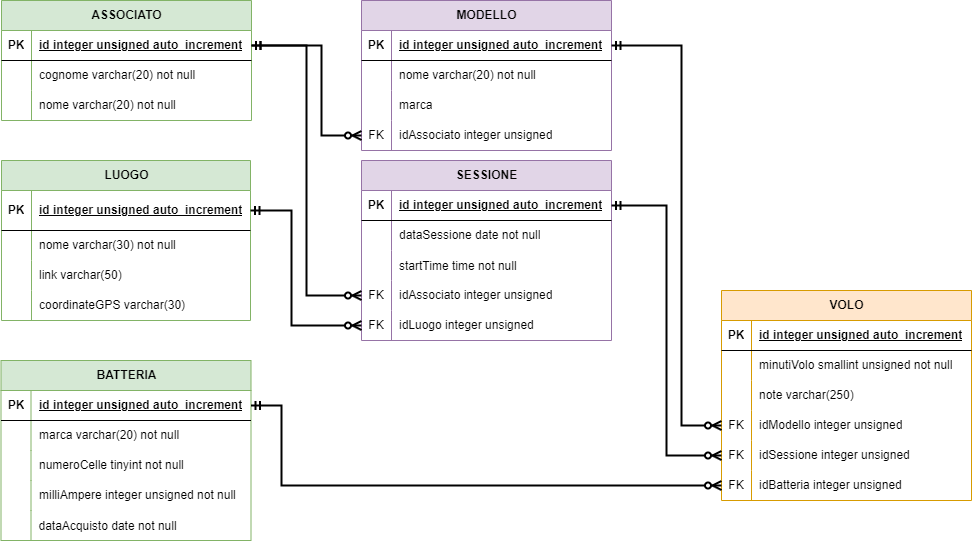
This is AS_2023_2024/5IA/Informatica/Maggio - StudioEr/CampoVolo.drawio.png from CescoP81/GalileiOstiglia, a draw.io export, as it was before one commit. Source tidied: cells renumbered, new cells last; positions are measured from the earlier drawing's top-left corner, leaving out a move shared by most shapes.
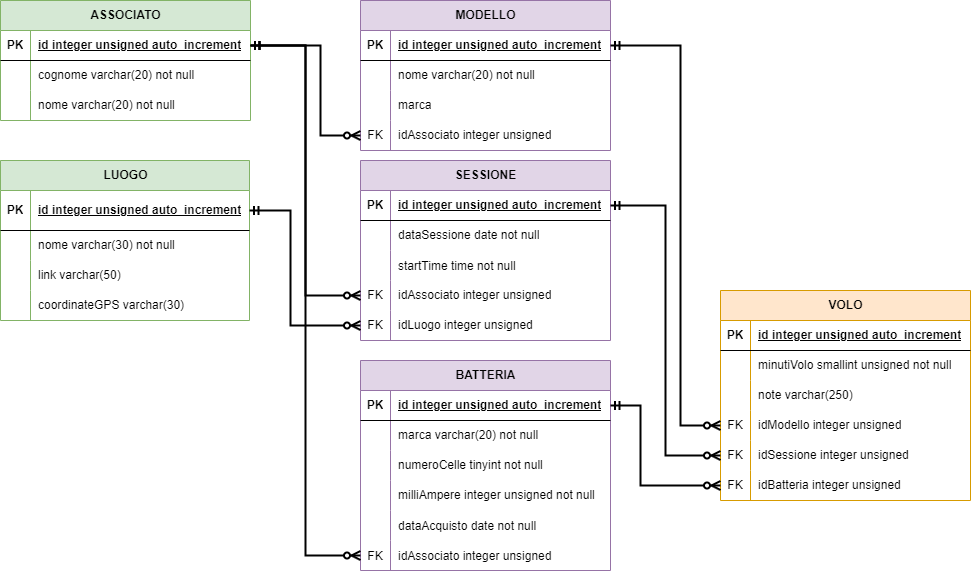
The same diagram one commit later.

Change to the diagram source:
```diff
@@ -71,8 +71,8 @@
     <mxCell id="24" value="idAssociato integer unsigned" style="shape=partialRectangle;fillColor=none;top=0;left=0;bottom=0;right=0;align=left;spacingLeft=6;fontStyle=0;overflow=hidden;whiteSpace=wrap;html=1;" parent="22" vertex="1">
       <mxGeometry x="30" width="220" height="30" as="geometry" />
     </mxCell>
-    <mxCell id="25" value="BATTERIA" style="shape=table;startSize=30;rowLines=0;fontStyle=1;align=center;html=1;fillColor=#d5e8d4;strokeColor=#82b366;" parent="1" vertex="1">
-      <mxGeometry x="-0.5" y="360" width="250" height="180" as="geometry" />
+    <mxCell id="25" value="BATTERIA" style="shape=table;startSize=30;rowLines=0;fontStyle=1;align=center;html=1;fillColor=#e1d5e7;strokeColor=#9673a6;" parent="1" vertex="1">
+      <mxGeometry x="360" y="360" width="250" height="210" as="geometry" />
     </mxCell>
     <mxCell id="26" style="shape=tableRow;horizontal=0;startSize=0;swimlaneHead=0;swimlaneBody=0;fillColor=none;points=[[0,0.5],[1,0.5]];portConstraint=eastwest;top=0;left=0;right=0;bottom=1;" parent="25" vertex="1">
       <mxGeometry y="30" width="250" height="30" as="geometry" />
@@ -119,6 +119,15 @@
     <mxCell id="40" value="dataAcquisto date not null" style="shape=partialRectangle;fillColor=none;top=0;left=0;bottom=0;right=0;align=left;spacingLeft=6;overflow=hidden;" parent="38" vertex="1">
       <mxGeometry x="30" width="220" height="30" as="geometry" />
     </mxCell>
+    <mxCell id="95" style="shape=tableRow;horizontal=0;startSize=0;swimlaneHead=0;swimlaneBody=0;fillColor=none;points=[[0,0.5],[1,0.5]];portConstraint=eastwest;top=0;left=0;right=0;bottom=0;" parent="25" vertex="1">
+      <mxGeometry y="180" width="250" height="30" as="geometry" />
+    </mxCell>
+    <mxCell id="96" value="FK" style="shape=partialRectangle;fillColor=none;top=0;left=0;bottom=0;right=0;fontStyle=0;overflow=hidden;" parent="95" vertex="1">
+      <mxGeometry width="30" height="30" as="geometry" />
+    </mxCell>
+    <mxCell id="97" value="idAssociato integer unsigned" style="shape=partialRectangle;fillColor=none;top=0;left=0;bottom=0;right=0;align=left;spacingLeft=6;fontStyle=0;overflow=hidden;" parent="95" vertex="1">
+      <mxGeometry x="30" width="220" height="30" as="geometry" />
+    </mxCell>
     <mxCell id="41" value="VOLO" style="shape=table;startSize=30;rowLines=0;fontStyle=1;align=center;html=1;fillColor=#ffe6cc;strokeColor=#d79b00;" parent="1" vertex="1">
       <mxGeometry x="720" y="290" width="250" height="210" as="geometry" />
     </mxCell>
@@ -288,8 +297,8 @@
     <mxCell id="93" style="edgeStyle=orthogonalEdgeStyle;fontSize=12;html=1;endArrow=ERzeroToMany;startArrow=ERmandOne;rounded=0;exitX=1;exitY=0.5;exitDx=0;exitDy=0;entryX=0;entryY=0.5;entryDx=0;entryDy=0;strokeWidth=2;" parent="1" edge="1" source="26" target="57">
       <mxGeometry relative="1" as="geometry">
         <Array as="points">
-          <mxPoint x="280" y="405" />
-          <mxPoint x="280" y="485" />
+          <mxPoint x="640" y="405" />
+          <mxPoint x="640" y="485" />
         </Array>
       </mxGeometry>
     </mxCell>
@@ -301,5 +310,8 @@
         </Array>
       </mxGeometry>
     </mxCell>
+    <mxCell id="98" style="edgeStyle=orthogonalEdgeStyle;fontSize=12;html=1;endArrow=ERzeroToMany;startArrow=ERmandOne;exitX=1;exitY=0.5;exitDx=0;exitDy=0;entryX=0;entryY=0.5;entryDx=0;entryDy=0;rounded=0;strokeWidth=2;" parent="1" edge="1" source="3" target="95">
+      <mxGeometry relative="1" as="geometry" />
+    </mxCell>
   </root>
 </mxGraphModel>
```
